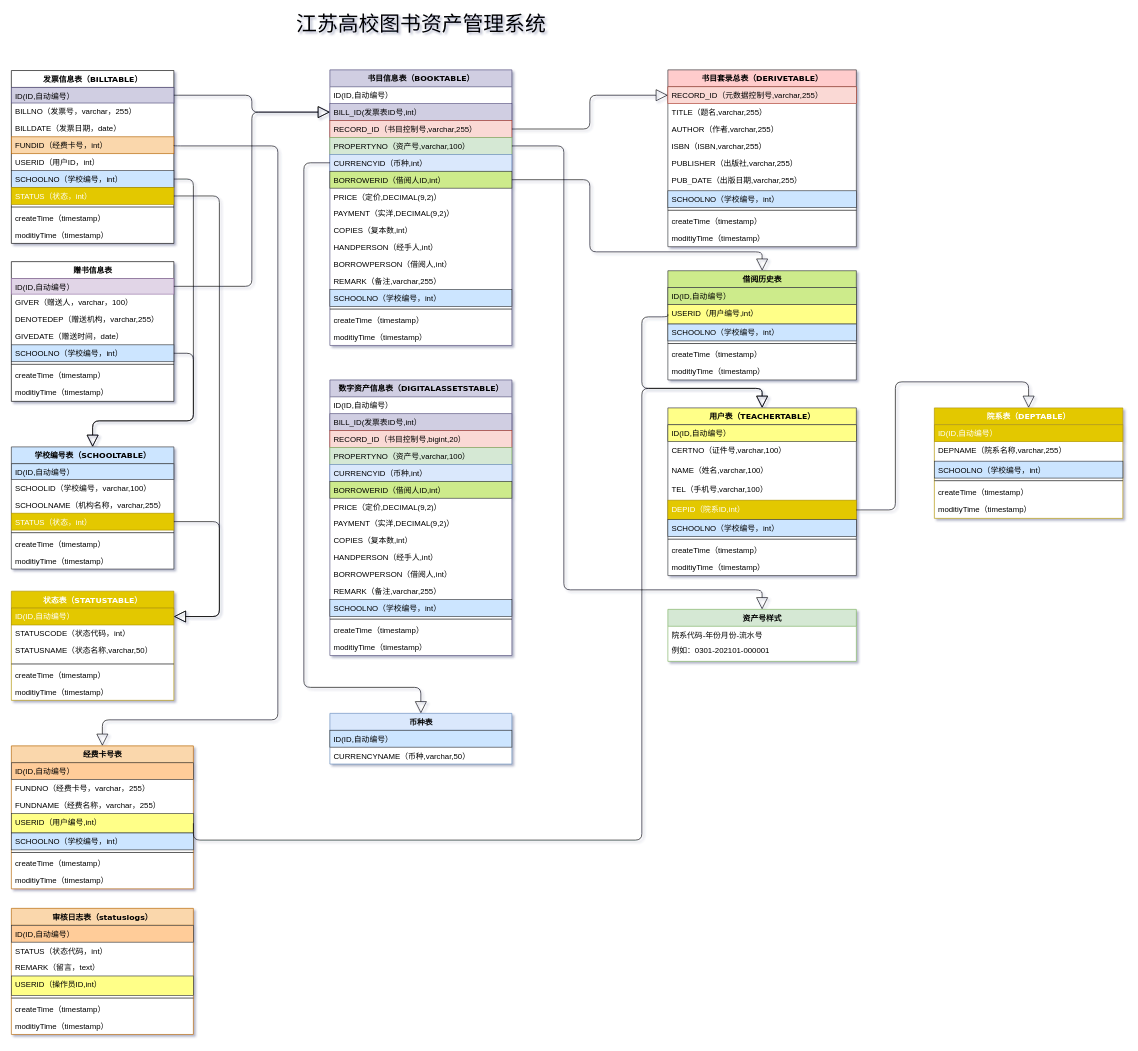
This is 图书资产管理系统.drawio from yisqiu/SimpleMap-wx, a draw.io file, before an edit. Source tidied: cells renumbered, new cells numbered last; positions are measured from the earlier drawing's top-left corner, leaving out a move shared by most shapes. Both pictures are drawn from the tidied source at 65%, with x=0, y=0 at pixel (11, 11).
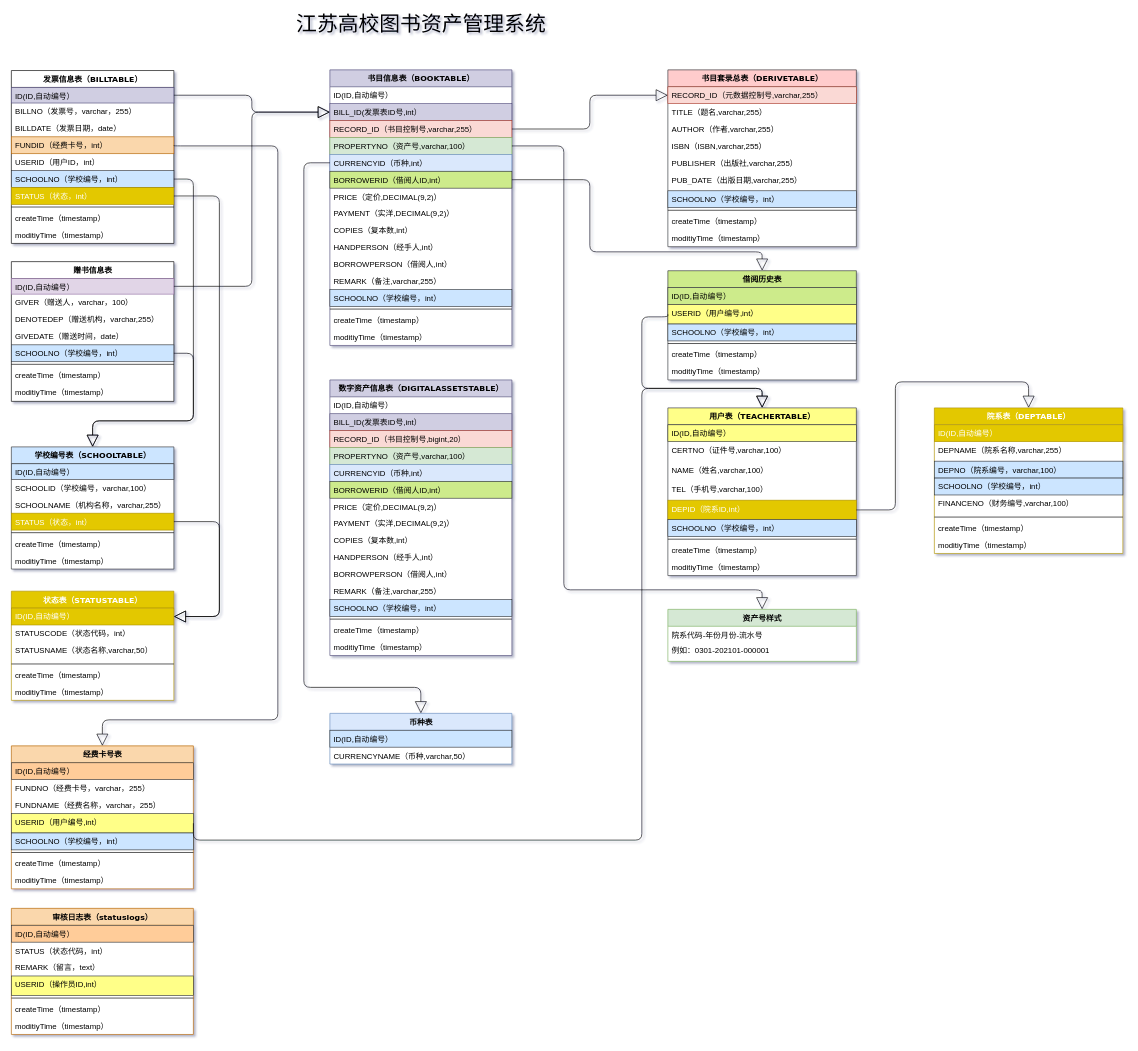
Above is the later version.

What changed in the source:
```diff
@@
     <mxCell id="101" value="院系表（DEPTABLE）" style="swimlane;html=1;fontStyle=1;align=center;verticalAlign=top;horizontal=1;startSize=26;swimlaneFillColor=#ffffff;shadow=0;comic=0;labelBackgroundColor=none;strokeWidth=1;fillColor=#e3c800;fontFamily=Verdana;fontSize=12;strokeColor=#B09500;fontColor=#ffffff;" parent="1" vertex="1">
-      <mxGeometry x="1420" y="610" width="290" height="170" as="geometry" />
+      <mxGeometry x="1420" y="610" width="290" height="224" as="geometry" />
     </mxCell>
@@
+    <mxCell id="144" value="DEPNO（院系编号，varchar,100）" style="text;html=1;strokeColor=#36393d;fillColor=#cce5ff;align=left;verticalAlign=top;spacingLeft=4;spacingRight=4;whiteSpace=wrap;overflow=hidden;" parent="101" vertex="1">
+      <mxGeometry y="82" width="290" height="26" as="geometry" />
+    </mxCell>
     <mxCell id="104" value="SCHOOLNO（学校编号，int）" style="text;html=1;strokeColor=#36393d;fillColor=#cce5ff;align=left;verticalAlign=top;spacingLeft=4;spacingRight=4;whiteSpace=wrap;overflow=hidden;" parent="101" vertex="1">
-      <mxGeometry y="82" width="290" height="26" as="geometry" />
+      <mxGeometry y="108" width="290" height="26" as="geometry" />
     </mxCell>
+    <mxCell id="145" value="FINANCENO（财务编号,varchar,100）" style="text;html=1;strokeColor=none;fillColor=none;align=left;verticalAlign=top;spacingLeft=4;spacingRight=4;whiteSpace=wrap;overflow=hidden;" parent="101" vertex="1">
+      <mxGeometry y="134" width="290" height="30" as="geometry" />
+    </mxCell>
     <mxCell id="105" style="line;html=1;strokeWidth=1;fillColor=none;align=left;verticalAlign=middle;spacingTop=-1;spacingLeft=3;spacingRight=3;labelPosition=right;" parent="101" vertex="1">
-      <mxGeometry y="108" width="290" height="8" as="geometry" />
+      <mxGeometry y="164" width="290" height="8" as="geometry" />
     </mxCell>
     <mxCell id="106" value="createTime（timestamp）" style="text;html=1;strokeColor=none;fillColor=none;align=left;verticalAlign=top;spacingLeft=4;spacingRight=4;whiteSpace=wrap;overflow=hidden;" parent="101" vertex="1">
-      <mxGeometry y="116" width="290" height="26" as="geometry" />
+      <mxGeometry y="172" width="290" height="26" as="geometry" />
     </mxCell>
     <mxCell id="107" value="moditiyTime（timestamp）" style="text;html=1;strokeColor=none;fillColor=none;align=left;verticalAlign=top;spacingLeft=4;spacingRight=4;whiteSpace=wrap;overflow=hidden;" parent="101" vertex="1">
-      <mxGeometry y="142" width="290" height="26" as="geometry" />
+      <mxGeometry y="198" width="290" height="26" as="geometry" />
     </mxCell>
```
